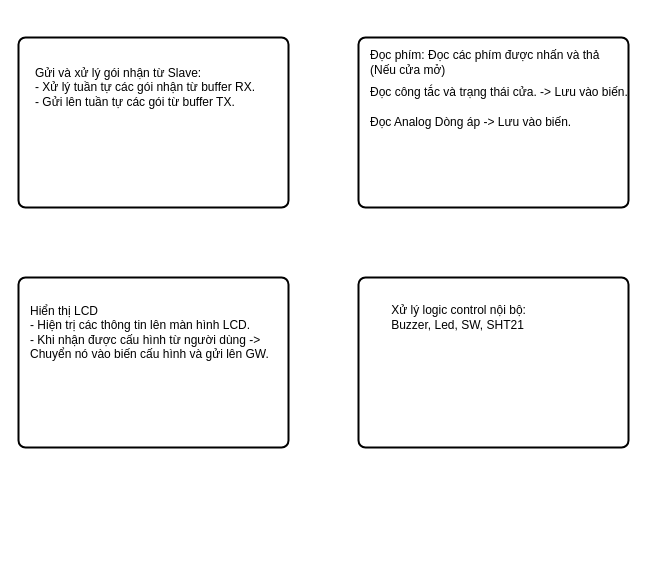
Earlier version of the draw.io diagram page "TaskMan" (4 of 4) of Doc/Flow.drawio (DungTranVz12/WSN_Controller_Node). Source tidied: cells renumbered, new cells numbered last; positions are measured from the earlier drawing's top-left corner, leaving out a move shared by most shapes. Both pictures are drawn from the tidied source at 100%, with x=0, y=0 at pixel (18, 37).
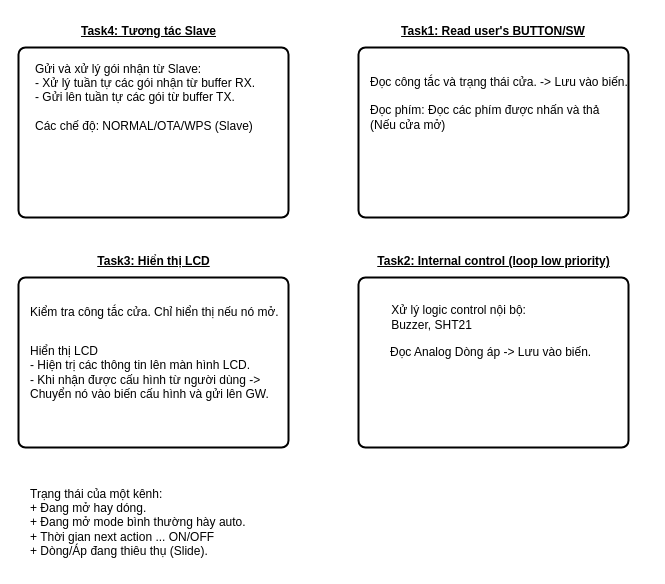
Above is the later version.

What changed in the source:
```diff
@@
 <mxGraphModel>
   <root>
     <mxCell id="0" />
     <mxCell id="1" parent="0" />
     <mxCell id="2" style="rounded=1;whiteSpace=wrap;html=1;absoluteArcSize=1;arcSize=14;strokeWidth=2;" parent="1" vertex="1">
-      <mxGeometry width="270" height="170" as="geometry" />
+      <mxGeometry y="10" width="270" height="170" as="geometry" />
     </mxCell>
     <mxCell id="3" style="rounded=1;whiteSpace=wrap;html=1;absoluteArcSize=1;arcSize=14;strokeWidth=2;align=left;verticalAlign=top;" parent="1" vertex="1">
-      <mxGeometry x="340" width="270" height="170" as="geometry" />
+      <mxGeometry x="340" y="10" width="270" height="170" as="geometry" />
     </mxCell>
     <mxCell id="4" style="rounded=1;whiteSpace=wrap;html=1;absoluteArcSize=1;arcSize=14;strokeWidth=2;" parent="1" vertex="1">
       <mxGeometry y="240" width="270" height="170" as="geometry" />
     </mxCell>
     <mxCell id="5" value="Đọc phím: Đọc các phím được nhấn và thả&amp;nbsp;&lt;br&gt;(Nếu cửa mở)" style="text;html=1;align=left;verticalAlign=middle;strokeColor=none;fillColor=none;" parent="1" vertex="1">
-      <mxGeometry x="350" y="5" width="260" height="40" as="geometry" />
+      <mxGeometry x="350" y="60" width="260" height="40" as="geometry" />
     </mxCell>
-    <mxCell id="6" value="Đọc Analog Dòng áp -&amp;gt; Lưu vào biến." style="text;html=1;align=left;verticalAlign=middle;strokeColor=none;fillColor=none;" parent="1" vertex="1">
-      <mxGeometry x="350" y="70" width="220" height="30" as="geometry" />
-    </mxCell>
     <mxCell id="7" value="Hiển thị LCD&lt;br&gt;- Hiện trị các thông tin lên màn hình LCD.&lt;br&gt;- Khi nhận được cấu hình từ người dùng -&amp;gt;&lt;br&gt;Chuyển nó vào biến cấu hình và gửi lên GW." style="text;html=1;align=left;verticalAlign=middle;strokeColor=none;fillColor=none;" parent="1" vertex="1">
-      <mxGeometry x="10" y="260" width="260" height="70" as="geometry" />
+      <mxGeometry x="10" y="300" width="260" height="70" as="geometry" />
     </mxCell>
     <mxCell id="8" style="rounded=1;whiteSpace=wrap;html=1;absoluteArcSize=1;arcSize=14;strokeWidth=2;" parent="1" vertex="1">
       <mxGeometry x="340" y="240" width="270" height="170" as="geometry" />
     </mxCell>
-    <mxCell id="9" value="Xử lý logic control nội bộ:&lt;br&gt;&lt;div style=&quot;text-align: left;&quot;&gt;&lt;span style=&quot;background-color: initial;&quot;&gt;Buzzer, Led, SW, SHT21&lt;/span&gt;&lt;/div&gt;" style="text;html=1;align=center;verticalAlign=middle;strokeColor=none;fillColor=none;" parent="1" vertex="1">
+    <mxCell id="9" value="Xử lý logic control nội bộ:&lt;br&gt;&lt;div style=&quot;text-align: left;&quot;&gt;&lt;span style=&quot;background-color: initial;&quot;&gt;Buzzer, SHT21&lt;/span&gt;&lt;/div&gt;" style="text;html=1;align=center;verticalAlign=middle;strokeColor=none;fillColor=none;" parent="1" vertex="1">
       <mxGeometry x="360" y="260" width="160" height="40" as="geometry" />
     </mxCell>
+    <mxCell id="11" value="Gửi và xử lý gói nhận từ Slave:&lt;br&gt;- Xử lý tuần tự các gói nhận từ buffer RX.&lt;br&gt;- Gửi lên tuần tự các gói từ buffer TX.&lt;br&gt;&lt;br&gt;Các chế độ: NORMAL/OTA/WPS (Slave)" style="text;html=1;align=left;verticalAlign=middle;strokeColor=none;fillColor=none;" parent="1" vertex="1">
+      <mxGeometry x="15" y="15" width="240" height="90" as="geometry" />
+    </mxCell>
+    <mxCell id="6" value="Đọc Analog Dòng áp -&amp;gt; Lưu vào biến." style="text;html=1;align=left;verticalAlign=middle;strokeColor=none;fillColor=none;" parent="1" vertex="1">
+      <mxGeometry x="370" y="300" width="220" height="30" as="geometry" />
+    </mxCell>
     <mxCell id="10" value="Đọc công tắc và trạng thái cửa. -&amp;gt; Lưu vào biến." style="text;html=1;align=left;verticalAlign=middle;strokeColor=none;fillColor=none;" parent="1" vertex="1">
-      <mxGeometry x="350" y="40" width="280" height="30" as="geometry" />
+      <mxGeometry x="350" y="30" width="280" height="30" as="geometry" />
     </mxCell>
-    <mxCell id="11" value="Gửi và xử lý gói nhận từ Slave:&lt;br&gt;- Xử lý tuần tự các gói nhận từ buffer RX.&lt;br&gt;- Gửi lên tuần tự các gói từ buffer TX." style="text;html=1;align=left;verticalAlign=middle;strokeColor=none;fillColor=none;" parent="1" vertex="1">
-      <mxGeometry x="15" y="20" width="240" height="60" as="geometry" />
-    </mxCell>
+    <mxCell id="12" value="Task1: Read user's BUTTON/SW" style="text;whiteSpace=wrap;html=1;fontStyle=5;align=center;" parent="1" vertex="1">
+      <mxGeometry x="375" y="-20" width="200" height="20" as="geometry" />
+    </mxCell>
+    <mxCell id="13" value="Task3: Hiển thị LCD" style="text;whiteSpace=wrap;html=1;fontStyle=5;align=center;" parent="1" vertex="1">
+      <mxGeometry x="12.5" y="210" width="245" height="20" as="geometry" />
+    </mxCell>
+    <mxCell id="14" value="Trạng thái của một kênh:&lt;br&gt;&lt;div style=&quot;&quot;&gt;&lt;span style=&quot;background-color: initial;&quot;&gt;+ Đang mở hay dóng.&lt;/span&gt;&lt;/div&gt;&lt;div style=&quot;&quot;&gt;&lt;span style=&quot;background-color: initial;&quot;&gt;+ Đang mở mode bình thường hày auto.&lt;/span&gt;&lt;/div&gt;&lt;div style=&quot;&quot;&gt;&lt;span style=&quot;background-color: initial;&quot;&gt;+ Thời gian next action ... ON/OFF&lt;/span&gt;&lt;/div&gt;&lt;div style=&quot;&quot;&gt;&lt;span style=&quot;background-color: initial;&quot;&gt;+ Dòng/Áp đang thiêu thụ (Slide).&lt;/span&gt;&lt;/div&gt;" style="text;html=1;align=left;verticalAlign=middle;strokeColor=none;fillColor=none;" parent="1" vertex="1">
+      <mxGeometry x="10" y="440" width="240" height="90" as="geometry" />
+    </mxCell>
+    <mxCell id="15" value="Task2: Internal control (loop low priority)" style="text;whiteSpace=wrap;html=1;fontStyle=5;align=center;" parent="1" vertex="1">
+      <mxGeometry x="352.5" y="210" width="245" height="20" as="geometry" />
+    </mxCell>
+    <mxCell id="16" value="Kiểm tra công tắc cửa. Chỉ hiển thị nếu nó mở." style="text;html=1;align=left;verticalAlign=middle;strokeColor=none;fillColor=none;" parent="1" vertex="1">
+      <mxGeometry x="10" y="260" width="270" height="30" as="geometry" />
+    </mxCell>
+    <mxCell id="17" value="Task4: Tương tác Slave" style="text;whiteSpace=wrap;html=1;fontStyle=5;align=center;" parent="1" vertex="1">
+      <mxGeometry x="7.5" y="-20" width="245" height="20" as="geometry" />
+    </mxCell>
   </root>
 </mxGraphModel>
```
